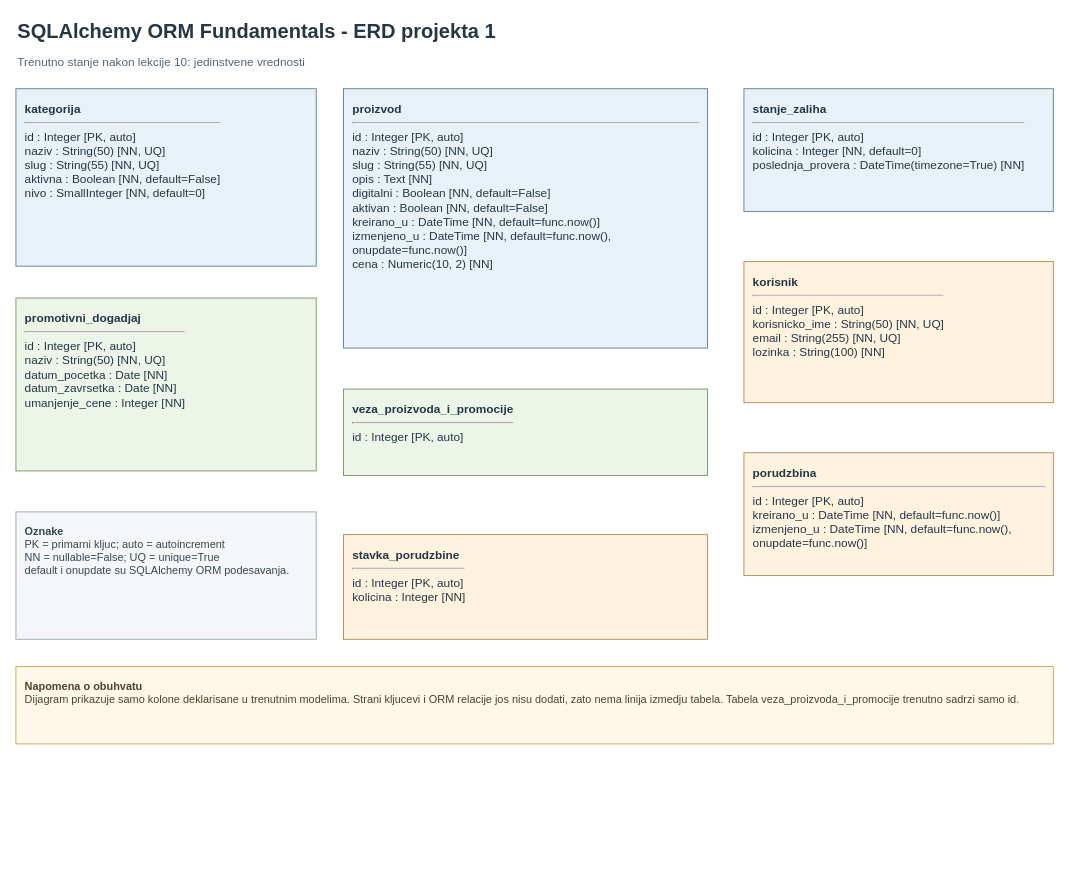
Above: fast-api-course-my-work/sqlalchemy_orm_fundamentals/ERD_project_1.drawio in josip-pavlovic-dev/fast-api-portfolio (draw.io), before the change. Source tidied: cells renumbered, new cells numbered last; positions are measured from the earlier drawing's top-left corner, leaving out a move shared by most shapes. Both pictures are drawn from the tidied source at 91%, with x=0, y=0 at pixel (15, 15).
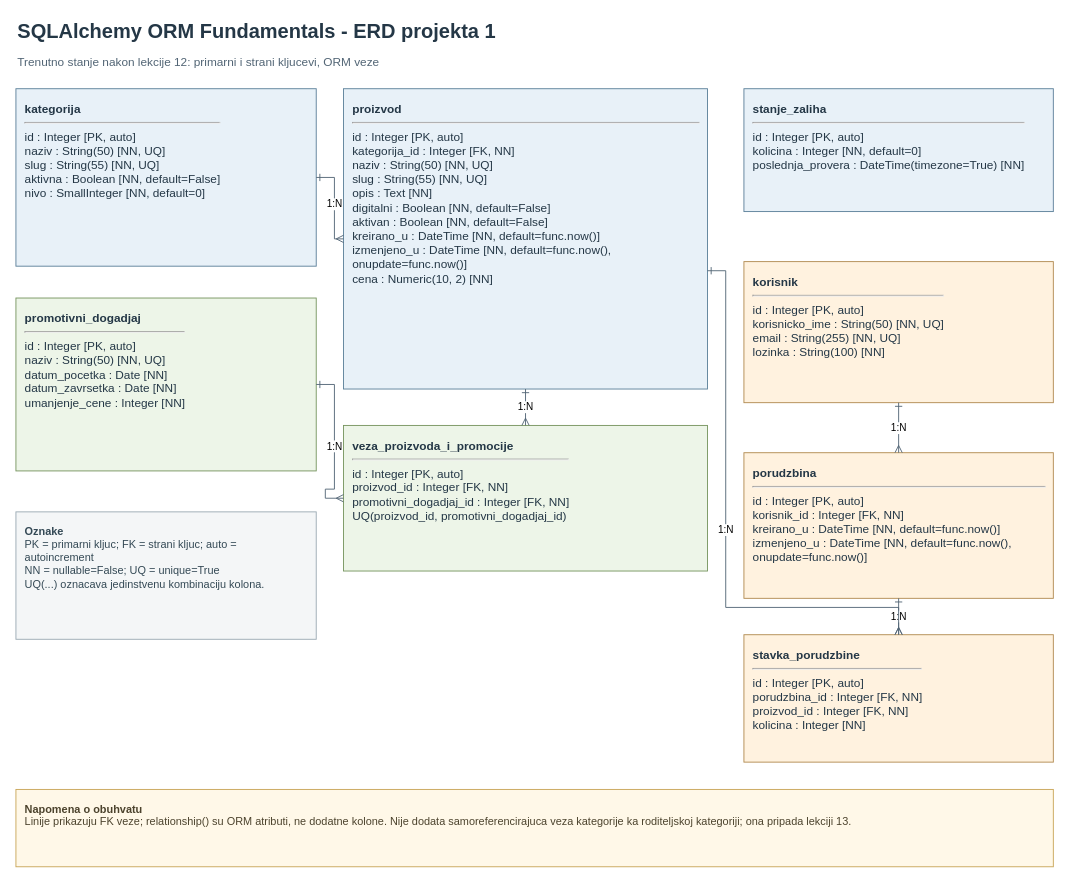
Above is the later version.

The change refers to these unchanged cells:
```xml
<mxCell id="4" value="&lt;b&gt;kategorija&lt;/b&gt;&lt;br&gt;&lt;hr&gt;id : Integer [PK, auto]&lt;br&gt;naziv : String(50) [NN, UQ]&lt;br&gt;slug : String(55) [NN, UQ]&lt;br&gt;aktivna : Boolean [NN, default=False]&lt;br&gt;nivo : SmallInteger [NN, default=0]" style="rounded=0;whiteSpace=wrap;html=1;align=left;verticalAlign=top;spacing=10;fillColor=#e8f1f8;strokeColor=#5b7f99;fontColor=#243746;fontSize=13;" parent="1" vertex="1">
  <mxGeometry y="80" width="330" height="195" as="geometry" />
</mxCell>
<mxCell id="7" value="&lt;b&gt;promotivni_dogadjaj&lt;/b&gt;&lt;br&gt;&lt;hr&gt;id : Integer [PK, auto]&lt;br&gt;naziv : String(50) [NN, UQ]&lt;br&gt;datum_pocetka : Date [NN]&lt;br&gt;datum_zavrsetka : Date [NN]&lt;br&gt;umanjenje_cene : Integer [NN]" style="rounded=0;whiteSpace=wrap;html=1;align=left;verticalAlign=top;spacing=10;fillColor=#edf5e8;strokeColor=#76945f;fontColor=#243746;fontSize=13;" parent="1" vertex="1">
  <mxGeometry y="310" width="330" height="190" as="geometry" />
</mxCell>
<mxCell id="9" value="&lt;b&gt;korisnik&lt;/b&gt;&lt;br&gt;&lt;hr&gt;id : Integer [PK, auto]&lt;br&gt;korisnicko_ime : String(50) [NN, UQ]&lt;br&gt;email : String(255) [NN, UQ]&lt;br&gt;lozinka : String(100) [NN]" style="rounded=0;whiteSpace=wrap;html=1;align=left;verticalAlign=top;spacing=10;fillColor=#fff2df;strokeColor=#b18a50;fontColor=#243746;fontSize=13;" parent="1" vertex="1">
  <mxGeometry x="800" y="270" width="340" height="155" as="geometry" />
</mxCell>
```

Change to the diagram source:
```diff
@@
-    <mxCell id="3" value="Trenutno stanje nakon lekcije 10: jedinstvene vrednosti" style="text;html=1;align=left;verticalAlign=middle;whiteSpace=wrap;rounded=0;fillColor=none;strokeColor=none;fontSize=13;fontColor=#526575;" parent="1" vertex="1">
+    <mxCell id="3" value="Trenutno stanje nakon lekcije 12: primarni i strani kljucevi, ORM veze" style="text;html=1;align=left;verticalAlign=middle;whiteSpace=wrap;rounded=0;fillColor=none;strokeColor=none;fontSize=13;fontColor=#526575;" parent="1" vertex="1">
       <mxGeometry y="38" width="1000" height="24" as="geometry" />
     </mxCell>
@@
-    <mxCell id="5" value="&lt;b&gt;proizvod&lt;/b&gt;&lt;br&gt;&lt;hr&gt;id : Integer [PK, auto]&lt;br&gt;naziv : String(50) [NN, UQ]&lt;br&gt;slug : String(55) [NN, UQ]&lt;br&gt;opis : Text [NN]&lt;br&gt;digitalni : Boolean [NN, default=False]&lt;br&gt;aktivan : Boolean [NN, default=False]&lt;br&gt;kreirano_u : DateTime [NN, default=func.now()]&lt;br&gt;izmenjeno_u : DateTime [NN, default=func.now(), onupdate=func.now()]&lt;br&gt;cena : Numeric(10, 2) [NN]" style="rounded=0;whiteSpace=wrap;html=1;align=left;verticalAlign=top;spacing=10;fillColor=#e8f1f8;strokeColor=#5b7f99;fontColor=#243746;fontSize=13;" parent="1" vertex="1">
-      <mxGeometry x="360" y="80" width="400" height="285" as="geometry" />
+    <mxCell id="5" value="&lt;b&gt;proizvod&lt;/b&gt;&lt;br&gt;&lt;hr&gt;id : Integer [PK, auto]&lt;br&gt;kategorija_id : Integer [FK, NN]&lt;br&gt;naziv : String(50) [NN, UQ]&lt;br&gt;slug : String(55) [NN, UQ]&lt;br&gt;opis : Text [NN]&lt;br&gt;digitalni : Boolean [NN, default=False]&lt;br&gt;aktivan : Boolean [NN, default=False]&lt;br&gt;kreirano_u : DateTime [NN, default=func.now()]&lt;br&gt;izmenjeno_u : DateTime [NN, default=func.now(), onupdate=func.now()]&lt;br&gt;cena : Numeric(10, 2) [NN]" style="rounded=0;whiteSpace=wrap;html=1;align=left;verticalAlign=top;spacing=10;fillColor=#e8f1f8;strokeColor=#5b7f99;fontColor=#243746;fontSize=13;" parent="1" vertex="1">
+      <mxGeometry x="360" y="80" width="400" height="330" as="geometry" />
     </mxCell>
@@
-    <mxCell id="8" value="&lt;b&gt;veza_proizvoda_i_promocije&lt;/b&gt;&lt;br&gt;&lt;hr&gt;id : Integer [PK, auto]" style="rounded=0;whiteSpace=wrap;html=1;align=left;verticalAlign=top;spacing=10;fillColor=#edf5e8;strokeColor=#76945f;fontColor=#243746;fontSize=13;" parent="1" vertex="1">
-      <mxGeometry x="360" y="410" width="400" height="95" as="geometry" />
+    <mxCell id="8" value="&lt;b&gt;veza_proizvoda_i_promocije&lt;/b&gt;&lt;br&gt;&lt;hr&gt;id : Integer [PK, auto]&lt;br&gt;proizvod_id : Integer [FK, NN]&lt;br&gt;promotivni_dogadjaj_id : Integer [FK, NN]&lt;br&gt;UQ(proizvod_id, promotivni_dogadjaj_id)" style="rounded=0;whiteSpace=wrap;html=1;align=left;verticalAlign=top;spacing=10;fillColor=#edf5e8;strokeColor=#76945f;fontColor=#243746;fontSize=13;" parent="1" vertex="1">
+      <mxGeometry x="360" y="450" width="400" height="160" as="geometry" />
     </mxCell>
@@
-    <mxCell id="10" value="&lt;b&gt;porudzbina&lt;/b&gt;&lt;br&gt;&lt;hr&gt;id : Integer [PK, auto]&lt;br&gt;kreirano_u : DateTime [NN, default=func.now()]&lt;br&gt;izmenjeno_u : DateTime [NN, default=func.now(), onupdate=func.now()]" style="rounded=0;whiteSpace=wrap;html=1;align=left;verticalAlign=top;spacing=10;fillColor=#fff2df;strokeColor=#b18a50;fontColor=#243746;fontSize=13;" parent="1" vertex="1">
-      <mxGeometry x="800" y="480" width="340" height="135" as="geometry" />
+    <mxCell id="10" value="&lt;b&gt;porudzbina&lt;/b&gt;&lt;br&gt;&lt;hr&gt;id : Integer [PK, auto]&lt;br&gt;korisnik_id : Integer [FK, NN]&lt;br&gt;kreirano_u : DateTime [NN, default=func.now()]&lt;br&gt;izmenjeno_u : DateTime [NN, default=func.now(), onupdate=func.now()]" style="rounded=0;whiteSpace=wrap;html=1;align=left;verticalAlign=top;spacing=10;fillColor=#fff2df;strokeColor=#b18a50;fontColor=#243746;fontSize=13;" parent="1" vertex="1">
+      <mxGeometry x="800" y="480" width="340" height="160" as="geometry" />
     </mxCell>
-    <mxCell id="11" value="&lt;b&gt;stavka_porudzbine&lt;/b&gt;&lt;br&gt;&lt;hr&gt;id : Integer [PK, auto]&lt;br&gt;kolicina : Integer [NN]" style="rounded=0;whiteSpace=wrap;html=1;align=left;verticalAlign=top;spacing=10;fillColor=#fff2df;strokeColor=#b18a50;fontColor=#243746;fontSize=13;" parent="1" vertex="1">
-      <mxGeometry x="360" y="570" width="400" height="115" as="geometry" />
+    <mxCell id="11" value="&lt;b&gt;stavka_porudzbine&lt;/b&gt;&lt;br&gt;&lt;hr&gt;id : Integer [PK, auto]&lt;br&gt;porudzbina_id : Integer [FK, NN]&lt;br&gt;proizvod_id : Integer [FK, NN]&lt;br&gt;kolicina : Integer [NN]" style="rounded=0;whiteSpace=wrap;html=1;align=left;verticalAlign=top;spacing=10;fillColor=#fff2df;strokeColor=#b18a50;fontColor=#243746;fontSize=13;" parent="1" vertex="1">
+      <mxGeometry x="800" y="680" width="340" height="140" as="geometry" />
     </mxCell>
-    <mxCell id="12" value="&lt;b&gt;Oznake&lt;/b&gt;&lt;br&gt;PK = primarni kljuc; auto = autoincrement&lt;br&gt;NN = nullable=False; UQ = unique=True&lt;br&gt;default i onupdate su SQLAlchemy ORM podesavanja." style="rounded=0;whiteSpace=wrap;html=1;align=left;verticalAlign=top;spacing=10;fillColor=#f4f6f7;strokeColor=#9aa9b2;fontColor=#344955;fontSize=12;" parent="1" vertex="1">
+    <mxCell id="12" value="&lt;b&gt;Oznake&lt;/b&gt;&lt;br&gt;PK = primarni kljuc; FK = strani kljuc; auto = autoincrement&lt;br&gt;NN = nullable=False; UQ = unique=True&lt;br&gt;UQ(...) oznacava jedinstvenu kombinaciju kolona." style="rounded=0;whiteSpace=wrap;html=1;align=left;verticalAlign=top;spacing=10;fillColor=#f4f6f7;strokeColor=#9aa9b2;fontColor=#344955;fontSize=12;" parent="1" vertex="1">
       <mxGeometry y="545" width="330" height="140" as="geometry" />
     </mxCell>
-    <mxCell id="13" value="&lt;b&gt;Napomena o obuhvatu&lt;/b&gt;&lt;br&gt;Dijagram prikazuje samo kolone deklarisane u trenutnim modelima. Strani kljucevi i ORM relacije jos nisu dodati, zato nema linija izmedju tabela. Tabela veza_proizvoda_i_promocije trenutno sadrzi samo id." style="rounded=0;whiteSpace=wrap;html=1;align=left;verticalAlign=top;spacing=10;fillColor=#fff8e8;strokeColor=#c8a557;fontColor=#4c432d;fontSize=12;" parent="1" vertex="1">
-      <mxGeometry y="715" width="1140" height="85" as="geometry" />
+    <mxCell id="13" value="&lt;b&gt;Napomena o obuhvatu&lt;/b&gt;&lt;br&gt;Linije prikazuju FK veze; relationship() su ORM atributi, ne dodatne kolone. Nije dodata samoreferencirajuca veza kategorije ka roditeljskoj kategoriji; ona pripada lekciji 13." style="rounded=0;whiteSpace=wrap;html=1;align=left;verticalAlign=top;spacing=10;fillColor=#fff8e8;strokeColor=#c8a557;fontColor=#4c432d;fontSize=12;" parent="1" vertex="1">
+      <mxGeometry y="850" width="1140" height="85" as="geometry" />
     </mxCell>
+    <mxCell id="14" value="1:N" style="edgeStyle=orthogonalEdgeStyle;rounded=0;jettySize=auto;html=1;fontSize=11;startArrow=ERone;startFill=0;endArrow=ERmany;endFill=0;strokeColor=#526575;" parent="1" edge="1" source="4" target="5">
+      <mxGeometry relative="1" as="geometry" />
+    </mxCell>
+    <mxCell id="15" value="1:N" style="edgeStyle=orthogonalEdgeStyle;rounded=0;jettySize=auto;html=1;fontSize=11;startArrow=ERone;startFill=0;endArrow=ERmany;endFill=0;strokeColor=#526575;" parent="1" edge="1" source="5" target="8">
+      <mxGeometry relative="1" as="geometry" />
+    </mxCell>
+    <mxCell id="16" value="1:N" style="edgeStyle=orthogonalEdgeStyle;rounded=0;jettySize=auto;html=1;fontSize=11;startArrow=ERone;startFill=0;endArrow=ERmany;endFill=0;strokeColor=#526575;" parent="1" edge="1" source="7" target="8">
+      <mxGeometry relative="1" as="geometry" />
+    </mxCell>
+    <mxCell id="17" value="1:N" style="edgeStyle=orthogonalEdgeStyle;rounded=0;jettySize=auto;html=1;fontSize=11;startArrow=ERone;startFill=0;endArrow=ERmany;endFill=0;strokeColor=#526575;" parent="1" edge="1" source="9" target="10">
+      <mxGeometry relative="1" as="geometry" />
+    </mxCell>
+    <mxCell id="18" value="1:N" style="edgeStyle=orthogonalEdgeStyle;rounded=0;jettySize=auto;html=1;fontSize=11;startArrow=ERone;startFill=0;endArrow=ERmany;endFill=0;strokeColor=#526575;" parent="1" edge="1" source="10" target="11">
+      <mxGeometry relative="1" as="geometry" />
+    </mxCell>
+    <mxCell id="19" value="1:N" style="edgeStyle=orthogonalEdgeStyle;rounded=0;jettySize=auto;html=1;fontSize=11;startArrow=ERone;startFill=0;endArrow=ERmany;endFill=0;strokeColor=#526575;" parent="1" edge="1" source="5" target="11">
+      <mxGeometry relative="1" as="geometry">
+        <Array as="points">
+          <mxPoint x="780" y="280" />
+          <mxPoint x="780" y="650" />
+        </Array>
+      </mxGeometry>
+    </mxCell>
```
